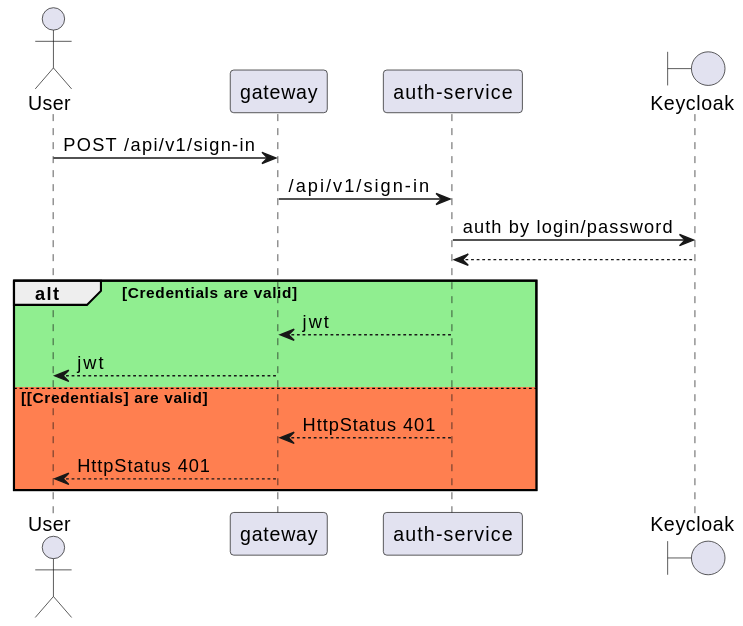
This is hw-01/use-cases/user-sign-in/user-sign-in.svg from dalayLama/otus-microservice-2024-08, a PlantUML export, as it was before one commit.
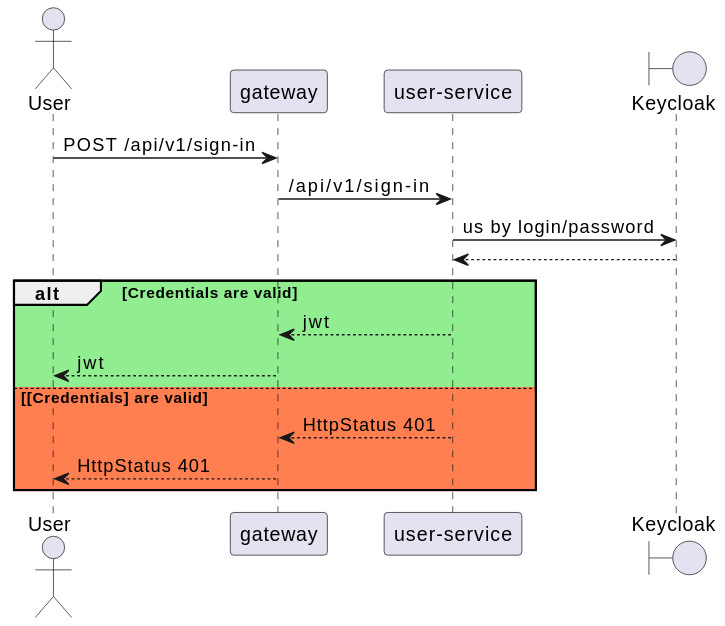
The same file after the commit.

The edit, as a diff of the source:
```diff
@@ -1,18 +1,18 @@
 @startuml
 actor "User" as user
 participant "gateway" as gw
-participant "auth-service" as auth
+participant "user-service" as us
 boundary "Keycloak" as kk
 
 user -> gw: POST /api/v1/sign-in
-gw -> auth: /api/v1/sign-in
-auth -> kk: auth by login/password
-kk --> auth
+gw -> us: /api/v1/sign-in
+us -> kk: us by login/password
+kk --> us
 alt #lightgreen Credentials are valid
-    auth --> gw: jwt
+    us --> gw: jwt
     gw --> user: jwt
 else #coral [Credentials] are valid
-    auth --> gw: HttpStatus 401
+    us --> gw: HttpStatus 401
     gw --> user: HttpStatus 401
 end
 @enduml
```
